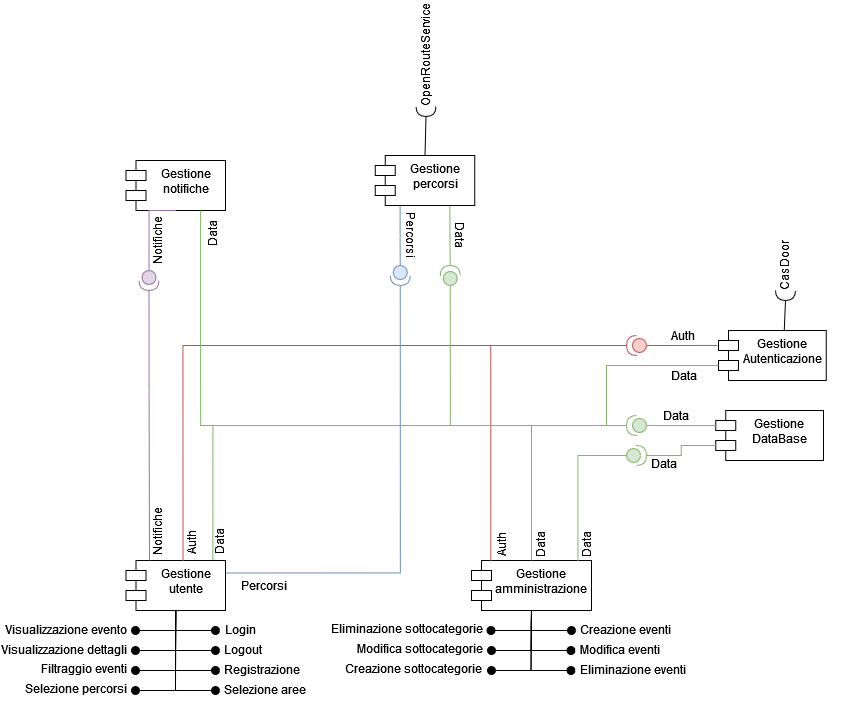
This is Deliverable-2/Images/ComponentDiagram.png from ELI20ZIVI/BeeLive, a draw.io export, as it was before one commit. Source tidied: cells renumbered, new cells last; positions are measured from the earlier drawing's top-left corner, leaving out a move shared by most shapes.
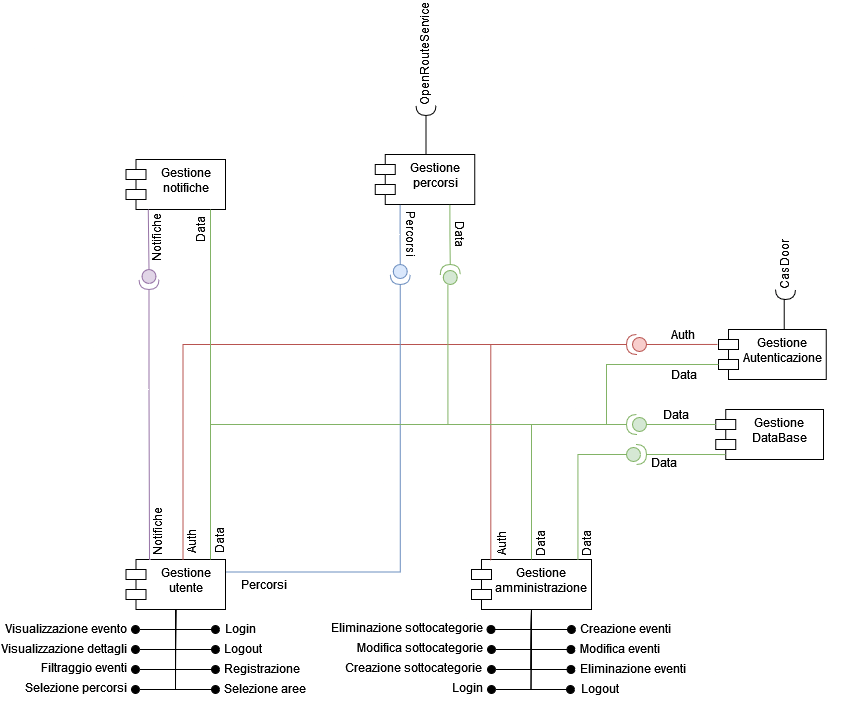
The same file after the commit.

Change to the diagram source:
```diff
@@ -7,18 +7,18 @@
     </mxCell>
-    <mxCell id="3" style="html=1;verticalAlign=bottom;startArrow=oval;startFill=1;endArrow=none;startSize=8;curved=0;rounded=0;endFill=0;entryX=0.5;entryY=1;entryDx=0;entryDy=0;" parent="1" edge="1" target="2">
-      <mxGeometry relative="1" as="geometry">
-        <mxPoint x="215" y="590" as="sourcePoint" />
-        <Array as="points">
-          <mxPoint x="175" y="590" />
-        </Array>
-      </mxGeometry>
-    </mxCell>
-    <mxCell id="4" style="html=1;verticalAlign=bottom;startArrow=oval;startFill=1;endArrow=none;startSize=8;curved=0;rounded=0;endFill=0;entryX=0.5;entryY=1;entryDx=0;entryDy=0;" parent="1" edge="1" target="2">
-      <mxGeometry relative="1" as="geometry">
-        <mxPoint x="215" y="610" as="sourcePoint" />
-        <Array as="points">
-          <mxPoint x="175" y="610" />
-        </Array>
-      </mxGeometry>
-    </mxCell>
+    <mxCell id="79" style="html=1;verticalAlign=bottom;startArrow=oval;startFill=1;endArrow=none;startSize=8;curved=0;rounded=0;endFill=0;entryX=0.5;entryY=1;entryDx=0;entryDy=0;" parent="1" edge="1" target="2">
+      <mxGeometry relative="1" as="geometry">
+        <mxPoint x="215" y="590" as="sourcePoint" />
+        <Array as="points">
+          <mxPoint x="175" y="590" />
+        </Array>
+      </mxGeometry>
+    </mxCell>
+    <mxCell id="80" style="html=1;verticalAlign=bottom;startArrow=oval;startFill=1;endArrow=none;startSize=8;curved=0;rounded=0;endFill=0;entryX=0.5;entryY=1;entryDx=0;entryDy=0;" parent="1" edge="1" target="2">
+      <mxGeometry relative="1" as="geometry">
+        <mxPoint x="215" y="610" as="sourcePoint" />
+        <Array as="points">
+          <mxPoint x="175" y="610" />
+        </Array>
+      </mxGeometry>
+    </mxCell>
     <mxCell id="5" value="Login" style="text;html=1;align=center;verticalAlign=middle;whiteSpace=wrap;rounded=0;" parent="1" vertex="1">
@@ -32,11 +32,11 @@
     </mxCell>
-    <mxCell id="8" style="html=1;verticalAlign=bottom;startArrow=oval;startFill=1;endArrow=none;startSize=8;curved=0;rounded=0;endFill=0;entryX=0.5;entryY=1;entryDx=0;entryDy=0;" parent="1" edge="1">
-      <mxGeometry relative="1" as="geometry">
-        <mxPoint x="215" y="630" as="sourcePoint" />
-        <mxPoint x="175" y="590" as="targetPoint" />
-        <Array as="points">
-          <mxPoint x="175" y="630" />
-        </Array>
-      </mxGeometry>
-    </mxCell>
+    <mxCell id="81" style="html=1;verticalAlign=bottom;startArrow=oval;startFill=1;endArrow=none;startSize=8;curved=0;rounded=0;endFill=0;entryX=0.5;entryY=1;entryDx=0;entryDy=0;" parent="1" edge="1">
+      <mxGeometry relative="1" as="geometry">
+        <mxPoint x="215" y="630" as="sourcePoint" />
+        <mxPoint x="175" y="590" as="targetPoint" />
+        <Array as="points">
+          <mxPoint x="175" y="630" />
+        </Array>
+      </mxGeometry>
+    </mxCell>
     <mxCell id="9" value="Gestione Autenticazione" style="shape=module;align=left;spacingLeft=20;align=center;verticalAlign=top;whiteSpace=wrap;html=1;" parent="1" vertex="1">
@@ -56,11 +56,11 @@
     </mxCell>
-    <mxCell id="14" style="html=1;verticalAlign=bottom;startArrow=oval;startFill=1;endArrow=none;startSize=8;curved=0;rounded=0;endFill=0;entryX=0.5;entryY=1;entryDx=0;entryDy=0;" parent="1" edge="1">
-      <mxGeometry relative="1" as="geometry">
-        <mxPoint x="135" y="590" as="sourcePoint" />
-        <mxPoint x="175" y="570" as="targetPoint" />
-        <Array as="points">
-          <mxPoint x="175" y="590" />
-        </Array>
-      </mxGeometry>
-    </mxCell>
+    <mxCell id="82" style="html=1;verticalAlign=bottom;startArrow=oval;startFill=1;endArrow=none;startSize=8;curved=0;rounded=0;endFill=0;entryX=0.5;entryY=1;entryDx=0;entryDy=0;" parent="1" edge="1">
+      <mxGeometry relative="1" as="geometry">
+        <mxPoint x="135" y="590" as="sourcePoint" />
+        <mxPoint x="175" y="570" as="targetPoint" />
+        <Array as="points">
+          <mxPoint x="175" y="590" />
+        </Array>
+      </mxGeometry>
+    </mxCell>
     <mxCell id="15" value="Visualizzazione evento" style="text;html=1;align=center;verticalAlign=middle;whiteSpace=wrap;rounded=0;" parent="1" vertex="1">
@@ -68,10 +68,10 @@
     </mxCell>
-    <mxCell id="16" style="html=1;verticalAlign=bottom;startArrow=oval;startFill=1;endArrow=none;startSize=8;curved=0;rounded=0;endFill=0;entryX=0.5;entryY=1;entryDx=0;entryDy=0;" parent="1" edge="1" target="2">
-      <mxGeometry relative="1" as="geometry">
-        <mxPoint x="135" y="610" as="sourcePoint" />
-        <Array as="points">
-          <mxPoint x="175" y="610" />
-        </Array>
-      </mxGeometry>
-    </mxCell>
+    <mxCell id="83" style="html=1;verticalAlign=bottom;startArrow=oval;startFill=1;endArrow=none;startSize=8;curved=0;rounded=0;endFill=0;entryX=0.5;entryY=1;entryDx=0;entryDy=0;" parent="1" edge="1" target="2">
+      <mxGeometry relative="1" as="geometry">
+        <mxPoint x="135" y="610" as="sourcePoint" />
+        <Array as="points">
+          <mxPoint x="175" y="610" />
+        </Array>
+      </mxGeometry>
+    </mxCell>
     <mxCell id="17" value="Visualizzazione dettagli" style="text;html=1;align=center;verticalAlign=middle;whiteSpace=wrap;rounded=0;" parent="1" vertex="1">
@@ -79,10 +79,10 @@
     </mxCell>
-    <mxCell id="18" style="html=1;verticalAlign=bottom;startArrow=oval;startFill=1;endArrow=none;startSize=8;curved=0;rounded=0;endFill=0;entryX=0.5;entryY=1;entryDx=0;entryDy=0;" parent="1" edge="1" target="2">
-      <mxGeometry relative="1" as="geometry">
-        <mxPoint x="135" y="630" as="sourcePoint" />
-        <Array as="points">
-          <mxPoint x="175" y="630" />
-        </Array>
-      </mxGeometry>
-    </mxCell>
+    <mxCell id="84" style="html=1;verticalAlign=bottom;startArrow=oval;startFill=1;endArrow=none;startSize=8;curved=0;rounded=0;endFill=0;entryX=0.5;entryY=1;entryDx=0;entryDy=0;" parent="1" edge="1" target="2">
+      <mxGeometry relative="1" as="geometry">
+        <mxPoint x="135" y="630" as="sourcePoint" />
+        <Array as="points">
+          <mxPoint x="175" y="630" />
+        </Array>
+      </mxGeometry>
+    </mxCell>
     <mxCell id="19" value="Filtraggio eventi" style="text;html=1;align=center;verticalAlign=middle;whiteSpace=wrap;rounded=0;" parent="1" vertex="1">
@@ -90,11 +90,11 @@
     </mxCell>
-    <mxCell id="20" style="html=1;verticalAlign=bottom;startArrow=oval;startFill=1;endArrow=none;startSize=8;curved=0;rounded=0;endFill=0;entryX=0.5;entryY=1;entryDx=0;entryDy=0;" parent="1" edge="1">
-      <mxGeometry relative="1" as="geometry">
-        <mxPoint x="135" y="650" as="sourcePoint" />
-        <mxPoint x="175" y="590" as="targetPoint" />
-        <Array as="points">
-          <mxPoint x="175" y="650" />
-        </Array>
-      </mxGeometry>
-    </mxCell>
+    <mxCell id="85" style="html=1;verticalAlign=bottom;startArrow=oval;startFill=1;endArrow=none;startSize=8;curved=0;rounded=0;endFill=0;entryX=0.5;entryY=1;entryDx=0;entryDy=0;" parent="1" edge="1">
+      <mxGeometry relative="1" as="geometry">
+        <mxPoint x="135" y="650" as="sourcePoint" />
+        <mxPoint x="175" y="590" as="targetPoint" />
+        <Array as="points">
+          <mxPoint x="175" y="650" />
+        </Array>
+      </mxGeometry>
+    </mxCell>
     <mxCell id="21" value="Selezione percorsi" style="text;html=1;align=center;verticalAlign=middle;whiteSpace=wrap;rounded=0;" parent="1" vertex="1">
@@ -102,10 +102,10 @@
     </mxCell>
-    <mxCell id="22" style="html=1;verticalAlign=bottom;startArrow=oval;startFill=1;endArrow=none;startSize=8;curved=0;rounded=0;endFill=0;entryX=0.5;entryY=1;entryDx=0;entryDy=0;" parent="1" edge="1" target="2">
-      <mxGeometry relative="1" as="geometry">
-        <mxPoint x="215" y="650" as="sourcePoint" />
-        <Array as="points">
-          <mxPoint x="175" y="650" />
-        </Array>
-      </mxGeometry>
-    </mxCell>
+    <mxCell id="86" style="html=1;verticalAlign=bottom;startArrow=oval;startFill=1;endArrow=none;startSize=8;curved=0;rounded=0;endFill=0;entryX=0.5;entryY=1;entryDx=0;entryDy=0;" parent="1" edge="1" target="2">
+      <mxGeometry relative="1" as="geometry">
+        <mxPoint x="215" y="650" as="sourcePoint" />
+        <Array as="points">
+          <mxPoint x="175" y="650" />
+        </Array>
+      </mxGeometry>
+    </mxCell>
     <mxCell id="23" value="Selezione aree" style="text;html=1;align=center;verticalAlign=middle;whiteSpace=wrap;rounded=0;" parent="1" vertex="1">
@@ -125,10 +125,10 @@
     </mxCell>
-    <mxCell id="28" style="html=1;verticalAlign=bottom;startArrow=oval;startFill=1;endArrow=none;startSize=8;curved=0;rounded=0;endFill=0;entryX=0.5;entryY=1;entryDx=0;entryDy=0;" parent="1" edge="1" target="24">
-      <mxGeometry relative="1" as="geometry">
-        <mxPoint x="571" y="590" as="sourcePoint" />
-        <Array as="points">
-          <mxPoint x="531" y="590" />
-        </Array>
-      </mxGeometry>
-    </mxCell>
+    <mxCell id="87" style="html=1;verticalAlign=bottom;startArrow=oval;startFill=1;endArrow=none;startSize=8;curved=0;rounded=0;endFill=0;entryX=0.5;entryY=1;entryDx=0;entryDy=0;" parent="1" edge="1" target="24">
+      <mxGeometry relative="1" as="geometry">
+        <mxPoint x="571" y="590" as="sourcePoint" />
+        <Array as="points">
+          <mxPoint x="531" y="590" />
+        </Array>
+      </mxGeometry>
+    </mxCell>
     <mxCell id="29" value="Creazione eventi" style="text;html=1;align=center;verticalAlign=middle;whiteSpace=wrap;rounded=0;" parent="1" vertex="1">
@@ -136,10 +136,10 @@
     </mxCell>
-    <mxCell id="30" style="html=1;verticalAlign=bottom;startArrow=oval;startFill=1;endArrow=none;startSize=8;curved=0;rounded=0;endFill=0;entryX=0.5;entryY=1;entryDx=0;entryDy=0;" parent="1" edge="1" target="24">
-      <mxGeometry relative="1" as="geometry">
-        <mxPoint x="570.5" y="610" as="sourcePoint" />
-        <Array as="points">
-          <mxPoint x="530.5" y="610" />
-        </Array>
-      </mxGeometry>
-    </mxCell>
+    <mxCell id="88" style="html=1;verticalAlign=bottom;startArrow=oval;startFill=1;endArrow=none;startSize=8;curved=0;rounded=0;endFill=0;entryX=0.5;entryY=1;entryDx=0;entryDy=0;" parent="1" edge="1" target="24">
+      <mxGeometry relative="1" as="geometry">
+        <mxPoint x="570.5" y="610" as="sourcePoint" />
+        <Array as="points">
+          <mxPoint x="530.5" y="610" />
+        </Array>
+      </mxGeometry>
+    </mxCell>
     <mxCell id="31" value="Modifica eventi" style="text;html=1;align=center;verticalAlign=middle;whiteSpace=wrap;rounded=0;" parent="1" vertex="1">
@@ -147,11 +147,11 @@
     </mxCell>
-    <mxCell id="32" style="html=1;verticalAlign=bottom;startArrow=oval;startFill=1;endArrow=none;startSize=8;curved=0;rounded=0;endFill=0;" parent="1" edge="1">
-      <mxGeometry relative="1" as="geometry">
-        <mxPoint x="570.5" y="630" as="sourcePoint" />
-        <mxPoint x="531" y="570" as="targetPoint" />
-        <Array as="points">
-          <mxPoint x="530.5" y="630" />
-        </Array>
-      </mxGeometry>
-    </mxCell>
+    <mxCell id="89" style="html=1;verticalAlign=bottom;startArrow=oval;startFill=1;endArrow=none;startSize=8;curved=0;rounded=0;endFill=0;" parent="1" edge="1">
+      <mxGeometry relative="1" as="geometry">
+        <mxPoint x="570.5" y="630" as="sourcePoint" />
+        <mxPoint x="531" y="570" as="targetPoint" />
+        <Array as="points">
+          <mxPoint x="530.5" y="630" />
+        </Array>
+      </mxGeometry>
+    </mxCell>
     <mxCell id="33" value="Eliminazione eventi" style="text;html=1;align=center;verticalAlign=middle;whiteSpace=wrap;rounded=0;" parent="1" vertex="1">
@@ -159,10 +159,10 @@
     </mxCell>
-    <mxCell id="34" style="html=1;verticalAlign=bottom;startArrow=oval;startFill=1;endArrow=none;startSize=8;curved=0;rounded=0;endFill=0;entryX=0.5;entryY=1;entryDx=0;entryDy=0;" parent="1" edge="1" target="24">
-      <mxGeometry relative="1" as="geometry">
-        <mxPoint x="491" y="630" as="sourcePoint" />
-        <Array as="points">
-          <mxPoint x="530.5" y="630" />
-        </Array>
-      </mxGeometry>
-    </mxCell>
+    <mxCell id="90" style="html=1;verticalAlign=bottom;startArrow=oval;startFill=1;endArrow=none;startSize=8;curved=0;rounded=0;endFill=0;entryX=0.5;entryY=1;entryDx=0;entryDy=0;" parent="1" edge="1" target="24">
+      <mxGeometry relative="1" as="geometry">
+        <mxPoint x="491" y="630" as="sourcePoint" />
+        <Array as="points">
+          <mxPoint x="530.5" y="630" />
+        </Array>
+      </mxGeometry>
+    </mxCell>
     <mxCell id="35" value="Creazione sottocategorie" style="text;html=1;align=center;verticalAlign=middle;whiteSpace=wrap;rounded=0;" parent="1" vertex="1">
@@ -170,10 +170,10 @@
     </mxCell>
-    <mxCell id="36" style="html=1;verticalAlign=bottom;startArrow=oval;startFill=1;endArrow=none;startSize=8;curved=0;rounded=0;endFill=0;entryX=0.5;entryY=1;entryDx=0;entryDy=0;" parent="1" edge="1" target="24">
-      <mxGeometry relative="1" as="geometry">
-        <mxPoint x="491" y="610" as="sourcePoint" />
-        <Array as="points">
-          <mxPoint x="531" y="610" />
-        </Array>
-      </mxGeometry>
-    </mxCell>
+    <mxCell id="91" style="html=1;verticalAlign=bottom;startArrow=oval;startFill=1;endArrow=none;startSize=8;curved=0;rounded=0;endFill=0;entryX=0.5;entryY=1;entryDx=0;entryDy=0;" parent="1" edge="1" target="24">
+      <mxGeometry relative="1" as="geometry">
+        <mxPoint x="491" y="610" as="sourcePoint" />
+        <Array as="points">
+          <mxPoint x="531" y="610" />
+        </Array>
+      </mxGeometry>
+    </mxCell>
     <mxCell id="37" value="Modifica sottocategorie" style="text;html=1;align=center;verticalAlign=middle;whiteSpace=wrap;rounded=0;" parent="1" vertex="1">
@@ -184,10 +184,10 @@
     </mxCell>
-    <mxCell id="39" style="html=1;verticalAlign=bottom;startArrow=oval;startFill=1;endArrow=none;startSize=8;curved=0;rounded=0;endFill=0;entryX=0.5;entryY=1;entryDx=0;entryDy=0;" parent="1" edge="1" target="24">
-      <mxGeometry relative="1" as="geometry">
-        <mxPoint x="490.5" y="590" as="sourcePoint" />
-        <Array as="points">
-          <mxPoint x="530.5" y="590" />
-        </Array>
-      </mxGeometry>
-    </mxCell>
+    <mxCell id="92" style="html=1;verticalAlign=bottom;startArrow=oval;startFill=1;endArrow=none;startSize=8;curved=0;rounded=0;endFill=0;entryX=0.5;entryY=1;entryDx=0;entryDy=0;" parent="1" edge="1" target="24">
+      <mxGeometry relative="1" as="geometry">
+        <mxPoint x="490.5" y="590" as="sourcePoint" />
+        <Array as="points">
+          <mxPoint x="530.5" y="590" />
+        </Array>
+      </mxGeometry>
+    </mxCell>
     <mxCell id="40" value="Auth" style="text;html=1;align=center;verticalAlign=middle;whiteSpace=wrap;rounded=0;rotation=-90;" parent="1" vertex="1">
@@ -207,9 +207,11 @@
     </mxCell>
-    <mxCell id="45" style="edgeStyle=orthogonalEdgeStyle;rounded=0;jettySize=auto;html=1;exitX=0.5;exitY=1;exitDx=0;exitDy=0;entryX=0;entryY=0.5;entryDx=0;entryDy=0;entryPerimeter=0;endArrow=none;endFill=0;fillColor=#e1d5e7;strokeColor=#9673a6;" parent="1" edge="1" source="27" target="44">
-      <mxGeometry relative="1" as="geometry">
-        <Array as="points">
-          <mxPoint x="148.5" y="170" />
-        </Array>
-      </mxGeometry>
-    </mxCell>
+    <mxCell id="93" style="edgeStyle=orthogonalEdgeStyle;rounded=0;jettySize=auto;html=1;entryX=0;entryY=0.5;entryDx=0;entryDy=0;entryPerimeter=0;endArrow=none;endFill=0;fillColor=#e1d5e7;strokeColor=#9673a6;exitX=0.224;exitY=0.995;exitDx=0;exitDy=0;exitPerimeter=0;" parent="1" edge="1" source="27">
+      <mxGeometry relative="1" as="geometry">
+        <mxPoint x="148.5" y="230" as="targetPoint" />
+        <Array as="points">
+          <mxPoint x="148" y="171" />
+          <mxPoint x="149" y="171" />
+        </Array>
+      </mxGeometry>
+    </mxCell>
     <mxCell id="46" style="edgeStyle=orthogonalEdgeStyle;rounded=0;jettySize=auto;html=1;exitX=1;exitY=0.5;exitDx=0;exitDy=0;exitPerimeter=0;entryX=0.25;entryY=0;entryDx=0;entryDy=0;endArrow=none;endFill=0;fillColor=#e1d5e7;strokeColor=#9673a6;" parent="1" edge="1" source="44" target="2">
@@ -227,6 +229,6 @@
     <mxCell id="48" value="&lt;div&gt;Notifiche&lt;/div&gt;" style="text;html=1;align=center;verticalAlign=middle;whiteSpace=wrap;rounded=0;rotation=-90;" parent="1" vertex="1">
-      <mxGeometry x="127.5" y="185" width="60" height="30" as="geometry" />
+      <mxGeometry x="126.5" y="183" width="60" height="30" as="geometry" />
     </mxCell>
     <mxCell id="49" value="Data" style="text;html=1;align=center;verticalAlign=middle;whiteSpace=wrap;rounded=0;rotation=-90;" parent="1" vertex="1">
-      <mxGeometry x="182.5" y="178" width="60" height="30" as="geometry" />
+      <mxGeometry x="170" y="175" width="60" height="30" as="geometry" />
     </mxCell>
@@ -253,5 +255,12 @@
     </mxCell>
-    <mxCell id="57" style="edgeStyle=orthogonalEdgeStyle;rounded=0;jettySize=auto;html=1;exitX=0.75;exitY=1;exitDx=0;exitDy=0;entryX=1;entryY=0.5;entryDx=0;entryDy=0;entryPerimeter=0;endArrow=none;endFill=0;fillColor=#d5e8d4;strokeColor=#82b366;" parent="1" edge="1" source="27" target="53">
-      <mxGeometry relative="1" as="geometry" />
-    </mxCell>
+    <mxCell id="94" style="edgeStyle=orthogonalEdgeStyle;rounded=0;orthogonalLoop=1;jettySize=auto;html=1;entryX=1;entryY=0.5;entryDx=0;entryDy=0;entryPerimeter=0;endArrow=none;endFill=0;fillColor=#d5e8d4;strokeColor=#82b366;" parent="1" edge="1">
+      <mxGeometry relative="1" as="geometry">
+        <mxPoint x="210" y="170" as="sourcePoint" />
+        <mxPoint x="626" y="385" as="targetPoint" />
+        <Array as="points">
+          <mxPoint x="210" y="170" />
+          <mxPoint x="210" y="385" />
+        </Array>
+      </mxGeometry>
+    </mxCell>
     <mxCell id="58" style="edgeStyle=orthogonalEdgeStyle;rounded=0;jettySize=auto;html=1;exitX=1;exitY=0.5;exitDx=0;exitDy=0;exitPerimeter=0;entryX=0.161;entryY=0.023;entryDx=0;entryDy=0;entryPerimeter=0;endArrow=none;endFill=0;fillColor=#f8cecc;strokeColor=#b85450;" parent="1" edge="1" source="10" target="24">
@@ -262,4 +271,8 @@
     </mxCell>
-    <mxCell id="60" style="edgeStyle=orthogonalEdgeStyle;rounded=0;jettySize=auto;html=1;exitX=1;exitY=0.5;exitDx=0;exitDy=0;exitPerimeter=0;entryX=0;entryY=0;entryDx=0;entryDy=35;entryPerimeter=0;endArrow=none;endFill=0;fillColor=#d5e8d4;strokeColor=#82b366;" parent="1" edge="1" source="59" target="12">
-      <mxGeometry relative="1" as="geometry" />
+    <mxCell id="60" style="edgeStyle=orthogonalEdgeStyle;rounded=0;jettySize=auto;html=1;exitX=1;exitY=0.5;exitDx=0;exitDy=0;exitPerimeter=0;entryX=0.091;entryY=0.902;entryDx=0;entryDy=0;entryPerimeter=0;endArrow=none;endFill=0;fillColor=#d5e8d4;strokeColor=#82b366;" parent="1" edge="1" source="59" target="12">
+      <mxGeometry relative="1" as="geometry">
+        <Array as="points">
+          <mxPoint x="715" y="415" />
+        </Array>
+      </mxGeometry>
     </mxCell>
@@ -296,11 +309,13 @@
     </mxCell>
-    <mxCell id="70" style="edgeStyle=orthogonalEdgeStyle;rounded=0;jettySize=auto;html=1;exitX=0;exitY=0.5;exitDx=0;exitDy=0;exitPerimeter=0;entryX=0.873;entryY=0;entryDx=0;entryDy=0;entryPerimeter=0;endArrow=none;endFill=0;fillColor=#d5e8d4;strokeColor=#82b366;" parent="1" edge="1" source="68" target="2">
-      <mxGeometry relative="1" as="geometry">
-        <Array as="points">
-          <mxPoint x="625" y="385" />
-          <mxPoint x="212" y="385" />
-          <mxPoint x="212" y="520" />
-        </Array>
-      </mxGeometry>
-    </mxCell>
+    <mxCell id="95" style="edgeStyle=orthogonalEdgeStyle;rounded=0;orthogonalLoop=1;jettySize=auto;html=1;exitX=0;exitY=0.5;exitDx=0;exitDy=0;exitPerimeter=0;entryX=0.873;entryY=0;entryDx=0;entryDy=0;entryPerimeter=0;endArrow=none;endFill=0;fillColor=#d5e8d4;strokeColor=#82b366;" parent="1" edge="1">
+      <mxGeometry relative="1" as="geometry">
+        <mxPoint x="447.4" y="245" as="sourcePoint" />
+        <mxPoint x="210" y="520" as="targetPoint" />
+        <Array as="points">
+          <mxPoint x="622.6" y="385" />
+          <mxPoint x="209.6" y="385" />
+          <mxPoint x="209.6" y="520" />
+        </Array>
+      </mxGeometry>
+    </mxCell>
     <mxCell id="71" value="Data" style="text;html=1;align=center;verticalAlign=middle;whiteSpace=wrap;rounded=0;rotation=90;" parent="1" vertex="1">
@@ -329,2 +344,24 @@
     </mxCell>
+    <mxCell id="96" style="html=1;verticalAlign=bottom;startArrow=oval;startFill=1;endArrow=none;startSize=8;curved=0;rounded=0;endFill=0;entryX=0.5;entryY=1;entryDx=0;entryDy=0;" parent="1" edge="1" target="24">
+      <mxGeometry relative="1" as="geometry">
+        <mxPoint x="491" y="650" as="sourcePoint" />
+        <Array as="points">
+          <mxPoint x="530.5" y="650" />
+        </Array>
+      </mxGeometry>
+    </mxCell>
+    <mxCell id="97" style="html=1;verticalAlign=bottom;startArrow=oval;startFill=1;endArrow=none;startSize=8;curved=0;rounded=0;endFill=0;entryX=0.5;entryY=1;entryDx=0;entryDy=0;" parent="1" edge="1" target="24">
+      <mxGeometry relative="1" as="geometry">
+        <mxPoint x="570" y="650" as="sourcePoint" />
+        <Array as="points">
+          <mxPoint x="530.5" y="650" />
+        </Array>
+      </mxGeometry>
+    </mxCell>
+    <mxCell id="98" value="Login" style="text;html=1;align=center;verticalAlign=middle;whiteSpace=wrap;rounded=0;" parent="1" vertex="1">
+      <mxGeometry x="447" y="633" width="40" height="30" as="geometry" />
+    </mxCell>
+    <mxCell id="99" value="Logout" style="text;html=1;align=center;verticalAlign=middle;whiteSpace=wrap;rounded=0;" parent="1" vertex="1">
+      <mxGeometry x="570" y="634" width="60" height="30" as="geometry" />
+    </mxCell>
   </root>
```
